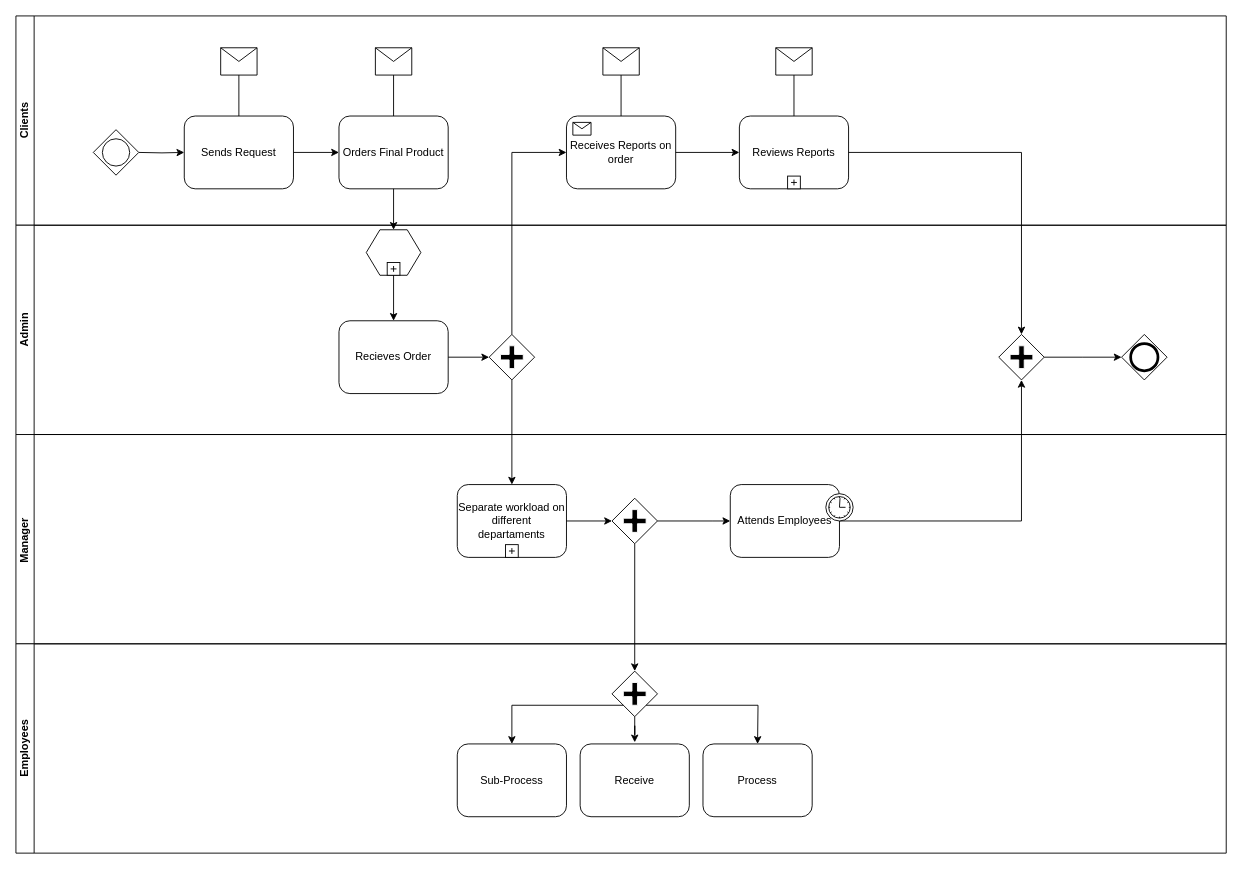
Arisa-Ndreu/test keeps this draw.io diagram as BPMN Diagram.drawio. Above is the earlier version. Source tidied: cells renumbered, new cells numbered last; positions are measured from the earlier drawing's top-left corner, leaving out a move shared by most shapes. Both pictures are drawn from the tidied source at 91%, with x=0, y=0 at pixel (15, 15).
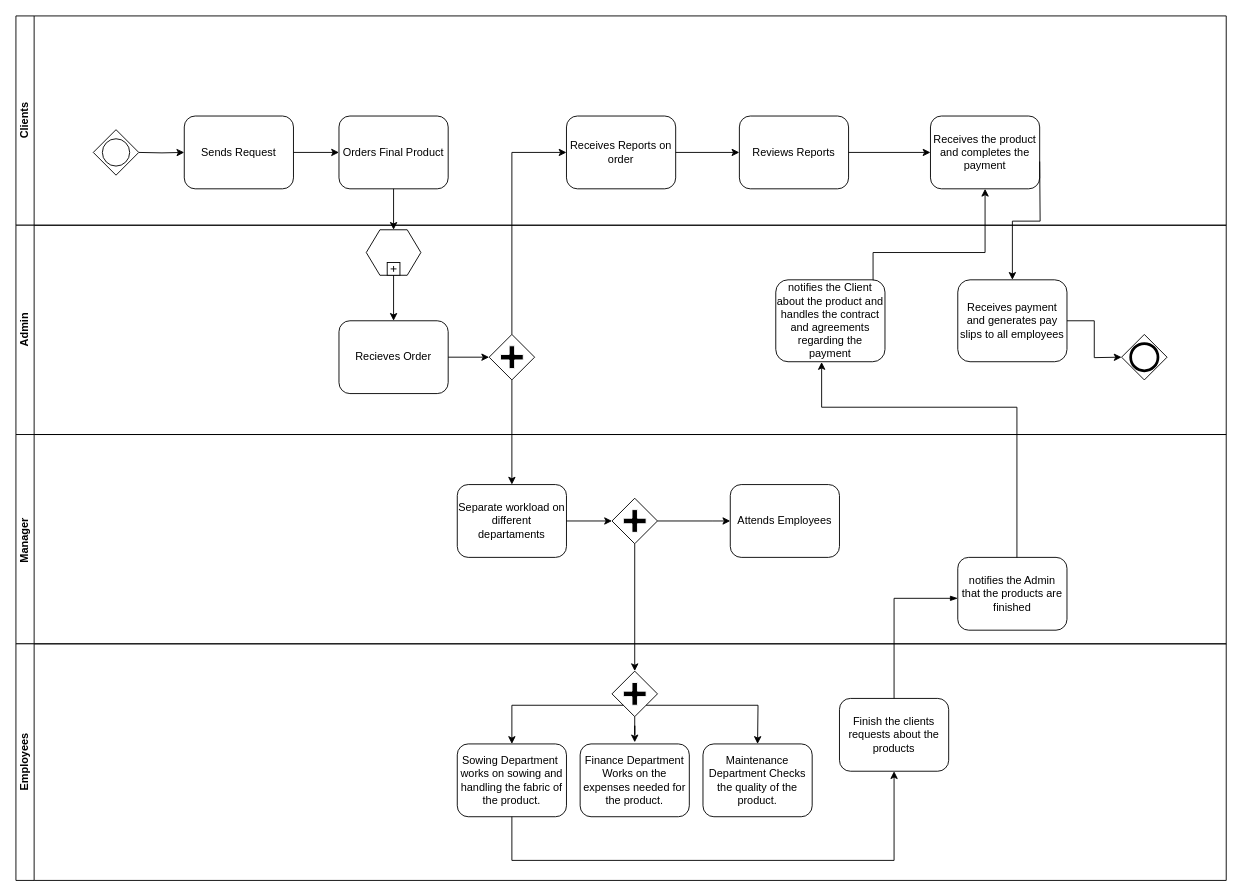
Above is the later version.

The change refers to these unchanged cells:
```xml
<mxCell id="2" value="Sends Request" style="shape=ext;rounded=1;html=1;whiteSpace=wrap;" parent="1" vertex="1">
  <mxGeometry x="185" y="110" width="120" height="80" as="geometry" />
</mxCell>
<mxCell id="3" value="Orders Final Product" style="shape=ext;rounded=1;html=1;whiteSpace=wrap;" parent="1" vertex="1">
  <mxGeometry x="355" y="110" width="120" height="80" as="geometry" />
</mxCell>
<mxCell id="10" value="Reviews Reports" style="html=1;whiteSpace=wrap;rounded=1;" parent="1" vertex="1">
  <mxGeometry x="795" y="110" width="120" height="80" as="geometry" />
</mxCell>
<mxCell id="12" value="Receives Reports on order" style="html=1;whiteSpace=wrap;rounded=1;" parent="1" vertex="1">
  <mxGeometry x="605" y="110" width="120" height="80" as="geometry" />
</mxCell>
<mxCell id="17" value="Separate workload on different departaments" style="html=1;whiteSpace=wrap;rounded=1;" parent="1" vertex="1">
  <mxGeometry x="485" y="515" width="120" height="80" as="geometry" />
</mxCell>
<mxCell id="38" value="Clients" style="swimlane;startSize=20;horizontal=0;html=1;whiteSpace=wrap;" parent="1" vertex="1">
  <mxGeometry width="1330" height="230" as="geometry" />
</mxCell>
<mxCell id="39" value="Admin" style="swimlane;startSize=20;horizontal=0;html=1;whiteSpace=wrap;" parent="1" vertex="1">
  <mxGeometry y="230" width="1330" height="230" as="geometry" />
</mxCell>
<mxCell id="40" value="Manager&amp;nbsp;" style="swimlane;startSize=20;horizontal=0;html=1;whiteSpace=wrap;" parent="1" vertex="1">
  <mxGeometry y="460" width="1330" height="230" as="geometry" />
</mxCell>
<mxCell id="42" value="Attends Employees" style="html=1;whiteSpace=wrap;rounded=1;" parent="40" vertex="1">
  <mxGeometry x="785" y="55" width="120" height="80" as="geometry" />
</mxCell>
```

What changed in the source:
```diff
@@
-    <mxCell id="4" style="shape=message;whiteSpace=wrap;html=1;" parent="1" vertex="1">
-      <mxGeometry x="225" y="35" width="40" height="30" as="geometry" />
-    </mxCell>
-    <mxCell id="5" style="shape=message;whiteSpace=wrap;html=1;" parent="1" vertex="1">
-      <mxGeometry x="395" y="35" width="40" height="30" as="geometry" />
-    </mxCell>
@@
-    <mxCell id="11" style="html=1;shape=plus;" parent="10" vertex="1">
-      <mxGeometry x="0.5" y="1" width="14" height="14" relative="1" as="geometry">
-        <mxPoint x="-7" y="-14" as="offset" />
-      </mxGeometry>
-    </mxCell>
@@
-    <mxCell id="13" style="html=1;shape=message;" parent="12" vertex="1">
-      <mxGeometry width="20" height="14" relative="1" as="geometry">
-        <mxPoint x="7" y="7" as="offset" />
-      </mxGeometry>
-    </mxCell>
-    <mxCell id="14" style="shape=mxgraph.bpmn.shape;html=1;verticalLabelPosition=bottom;labelBackgroundColor=#ffffff;verticalAlign=top;perimeter=rhombusPerimeter;background=gateway;outline=none;symbol=parallelGw;" parent="1" vertex="1">
-      <mxGeometry x="1080" y="350" width="50" height="50" as="geometry" />
-    </mxCell>
-    <mxCell id="15" style="shape=message;whiteSpace=wrap;html=1;" parent="1" vertex="1">
-      <mxGeometry x="645" y="35" width="40" height="30" as="geometry" />
-    </mxCell>
-    <mxCell id="16" style="shape=message;whiteSpace=wrap;html=1;" parent="1" vertex="1">
-      <mxGeometry x="835" y="35" width="40" height="30" as="geometry" />
-    </mxCell>
@@
-    <mxCell id="18" style="html=1;shape=plus;" parent="17" vertex="1">
-      <mxGeometry x="0.5" y="1" width="14" height="14" relative="1" as="geometry">
-        <mxPoint x="-7" y="-14" as="offset" />
-      </mxGeometry>
-    </mxCell>
@@
-    <mxCell id="20" style="edgeStyle=orthogonalEdgeStyle;rounded=0;html=1;jettySize=auto;endArrow=none;endFill=0;" parent="1" edge="1" source="4" target="2">
-      <mxGeometry relative="1" as="geometry" />
-    </mxCell>
-    <mxCell id="21" style="edgeStyle=orthogonalEdgeStyle;rounded=0;html=1;jettySize=auto;endArrow=none;endFill=0;" parent="1" edge="1" source="5" target="3">
-      <mxGeometry relative="1" as="geometry" />
-    </mxCell>
@@
-    <mxCell id="24" style="edgeStyle=orthogonalEdgeStyle;rounded=0;html=1;jettySize=auto;endArrow=none;endFill=0;" parent="1" edge="1" source="15" target="12">
-      <mxGeometry relative="1" as="geometry" />
-    </mxCell>
-    <mxCell id="25" style="edgeStyle=orthogonalEdgeStyle;rounded=0;html=1;jettySize=auto;endArrow=none;endFill=0;" parent="1" edge="1" source="16" target="10">
-      <mxGeometry relative="1" as="geometry" />
-    </mxCell>
-    <mxCell id="26" style="edgeStyle=orthogonalEdgeStyle;rounded=0;html=1;jettySize=auto;" parent="1" edge="1" source="10" target="14">
-      <mxGeometry relative="1" as="geometry">
-        <Array as="points">
-          <mxPoint x="1105" y="150" />
-        </Array>
-      </mxGeometry>
-    </mxCell>
-    <mxCell id="27" style="edgeStyle=orthogonalEdgeStyle;rounded=0;html=1;jettySize=auto;" parent="1" edge="1" source="42" target="14">
-      <mxGeometry relative="1" as="geometry" />
-    </mxCell>
-    <mxCell id="28" style="edgeStyle=orthogonalEdgeStyle;rounded=0;html=1;jettySize=auto;" parent="1" edge="1" source="14">
+    <mxCell id="28" style="edgeStyle=orthogonalEdgeStyle;rounded=0;html=1;jettySize=auto;exitX=1;exitY=0.5;exitDx=0;exitDy=0;" parent="1" edge="1" source="56">
       <mxGeometry relative="1" as="geometry">
         <mxPoint x="1215" y="375" as="targetPoint" />
       </mxGeometry>
     </mxCell>
@@
+    <mxCell id="26" style="edgeStyle=orthogonalEdgeStyle;rounded=0;html=1;jettySize=auto;orthogonalLoop=1;" parent="38" edge="1">
+      <mxGeometry relative="1" as="geometry">
+        <mxPoint x="915" y="150" as="sourcePoint" />
+        <mxPoint x="1005" y="150" as="targetPoint" />
+        <Array as="points">
+          <mxPoint x="1005" y="149.8" />
+        </Array>
+      </mxGeometry>
+    </mxCell>
+    <mxCell id="53" value="Receives the product and completes the payment" style="html=1;whiteSpace=wrap;rounded=1;" parent="38" vertex="1">
+      <mxGeometry x="1005" y="110" width="120" height="80" as="geometry" />
+    </mxCell>
+    <mxCell id="54" style="edgeStyle=orthogonalEdgeStyle;rounded=0;html=1;jettySize=auto;entryX=0.5;entryY=0;entryDx=0;entryDy=0;" parent="38" edge="1" target="56">
+      <mxGeometry relative="1" as="geometry">
+        <mxPoint x="1125" y="160" as="sourcePoint" />
+      </mxGeometry>
+    </mxCell>
@@
+    <mxCell id="55" value="notifies the Client about the product and handles the contract and agreements regarding the payment" style="html=1;whiteSpace=wrap;rounded=1;" parent="39" vertex="1">
+      <mxGeometry x="835" y="60" width="120" height="90" as="geometry" />
+    </mxCell>
+    <mxCell id="27" style="edgeStyle=orthogonalEdgeStyle;rounded=0;html=1;jettySize=auto;exitX=0.583;exitY=0.063;exitDx=0;exitDy=0;exitPerimeter=0;entryX=0.42;entryY=1.004;entryDx=0;entryDy=0;entryPerimeter=0;" parent="39" edge="1" target="55">
+      <mxGeometry relative="1" as="geometry">
+        <mxPoint x="1100" y="369.9" as="sourcePoint" />
+        <Array as="points">
+          <mxPoint x="1100" y="200" />
+          <mxPoint x="885" y="200" />
+        </Array>
+      </mxGeometry>
+    </mxCell>
+    <mxCell id="56" value="Receives payment and generates pay slips to all employees" style="html=1;whiteSpace=wrap;rounded=1;" parent="39" vertex="1">
+      <mxGeometry x="1035" y="60" width="120" height="90" as="geometry" />
+    </mxCell>
@@
-    <mxCell id="43" style="shape=mxgraph.bpmn.timer_start;perimeter=ellipsePerimeter;html=1;labelPosition=right;labelBackgroundColor=#ffffff;align=left;" parent="42" vertex="1">
-      <mxGeometry x="1" width="30" height="30" relative="1" as="geometry">
-        <mxPoint x="-15" y="10" as="offset" />
-      </mxGeometry>
-    </mxCell>
@@
+    <mxCell id="57" value="notifies the Admin that the products are finished" style="html=1;whiteSpace=wrap;rounded=1;" parent="40" vertex="1">
+      <mxGeometry x="1035" y="135" width="120" height="80" as="geometry" />
+    </mxCell>
     <mxCell id="45" value="Employees" style="swimlane;startSize=20;horizontal=0;html=1;whiteSpace=wrap;" parent="1" vertex="1">
-      <mxGeometry y="690" width="1330" height="230" as="geometry" />
+      <mxGeometry y="690" width="1330" height="260" as="geometry" />
     </mxCell>
@@
-    <mxCell id="47" value="Sub-Process" style="html=1;whiteSpace=wrap;rounded=1;" parent="45" vertex="1">
+    <mxCell id="47" value="Sowing Department&amp;nbsp; works on sowing and handling the fabric of the product." style="html=1;whiteSpace=wrap;rounded=1;" parent="45" vertex="1">
       <mxGeometry x="485" y="110" width="120" height="80" as="geometry" />
     </mxCell>
@@
-    <mxCell id="49" value="Receive" style="html=1;whiteSpace=wrap;rounded=1;" parent="45" vertex="1">
+    <mxCell id="49" value="Finance Department Works on the expenses needed for the product." style="html=1;whiteSpace=wrap;rounded=1;" parent="45" vertex="1">
       <mxGeometry x="620" y="110" width="120" height="80" as="geometry" />
     </mxCell>
@@
-    <mxCell id="51" value="Process" style="html=1;whiteSpace=wrap;rounded=1;" parent="45" vertex="1">
+    <mxCell id="51" value="Maintenance Department Checks the quality of the product." style="html=1;whiteSpace=wrap;rounded=1;" parent="45" vertex="1">
       <mxGeometry x="755" y="110" width="120" height="80" as="geometry" />
     </mxCell>
@@
+    <mxCell id="58" style="edgeStyle=orthogonalEdgeStyle;rounded=0;html=1;jettySize=auto;orthogonalLoop=1;exitX=0.5;exitY=1.022;exitDx=0;exitDy=0;exitPerimeter=0;" parent="45" edge="1">
+      <mxGeometry relative="1" as="geometry">
+        <mxPoint x="545" y="190" as="sourcePoint" />
+        <mxPoint x="965" y="140" as="targetPoint" />
+        <Array as="points">
+          <mxPoint x="545" y="238" />
+          <mxPoint x="965" y="238" />
+        </Array>
+      </mxGeometry>
+    </mxCell>
+    <mxCell id="59" value="Finish the clients requests about the products" style="html=1;whiteSpace=wrap;rounded=1;" parent="45" vertex="1">
+      <mxGeometry x="905" y="60" width="120" height="80" as="geometry" />
+    </mxCell>
+    <mxCell id="60" style="edgeStyle=elbowEdgeStyle;fontSize=12;html=1;endArrow=blockThin;endFill=1;rounded=0;exitX=0.5;exitY=0;exitDx=0;exitDy=0;" parent="1" edge="1" source="59">
+      <mxGeometry relative="1" as="geometry">
+        <mxPoint x="1035" y="640" as="targetPoint" />
+        <Array as="points">
+          <mxPoint x="965" y="650" />
+        </Array>
+      </mxGeometry>
+    </mxCell>
+    <mxCell id="61" style="edgeStyle=orthogonalEdgeStyle;rounded=0;html=1;jettySize=auto;exitX=0.891;exitY=0.007;exitDx=0;exitDy=0;exitPerimeter=0;entryX=0.5;entryY=1;entryDx=0;entryDy=0;" parent="1" edge="1" source="55" target="53">
+      <mxGeometry relative="1" as="geometry">
+        <Array as="points">
+          <mxPoint x="942" y="260" />
+          <mxPoint x="1065" y="260" />
+        </Array>
+      </mxGeometry>
+    </mxCell>
```
